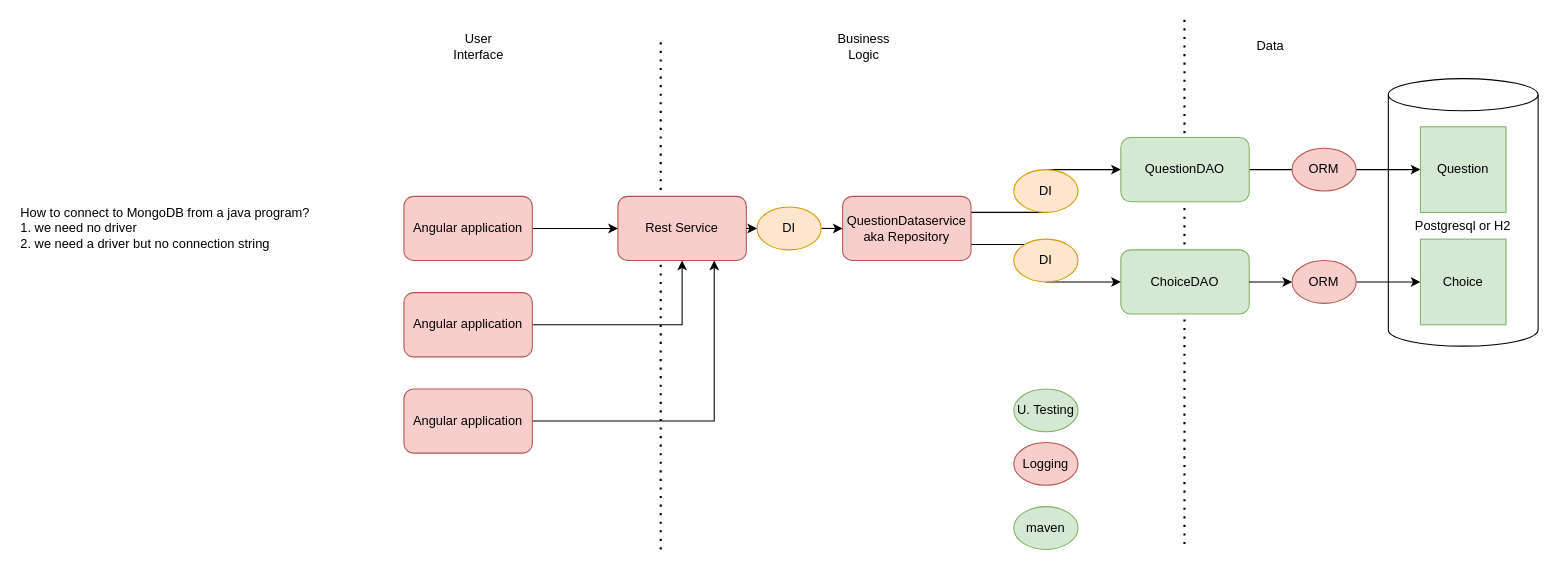
thomasbroussard/2021s1-adv-java keeps this draw.io diagram as page "roadmap" (1 of 3) of quiz-core-professor/repository.drawio. Above is the earlier version. Source tidied: cells renumbered, new cells numbered last; positions are measured from the earlier drawing's top-left corner, leaving out a move shared by most shapes. Both pictures are drawn from the tidied source at 107%, with x=0, y=0 at pixel (18, 19).
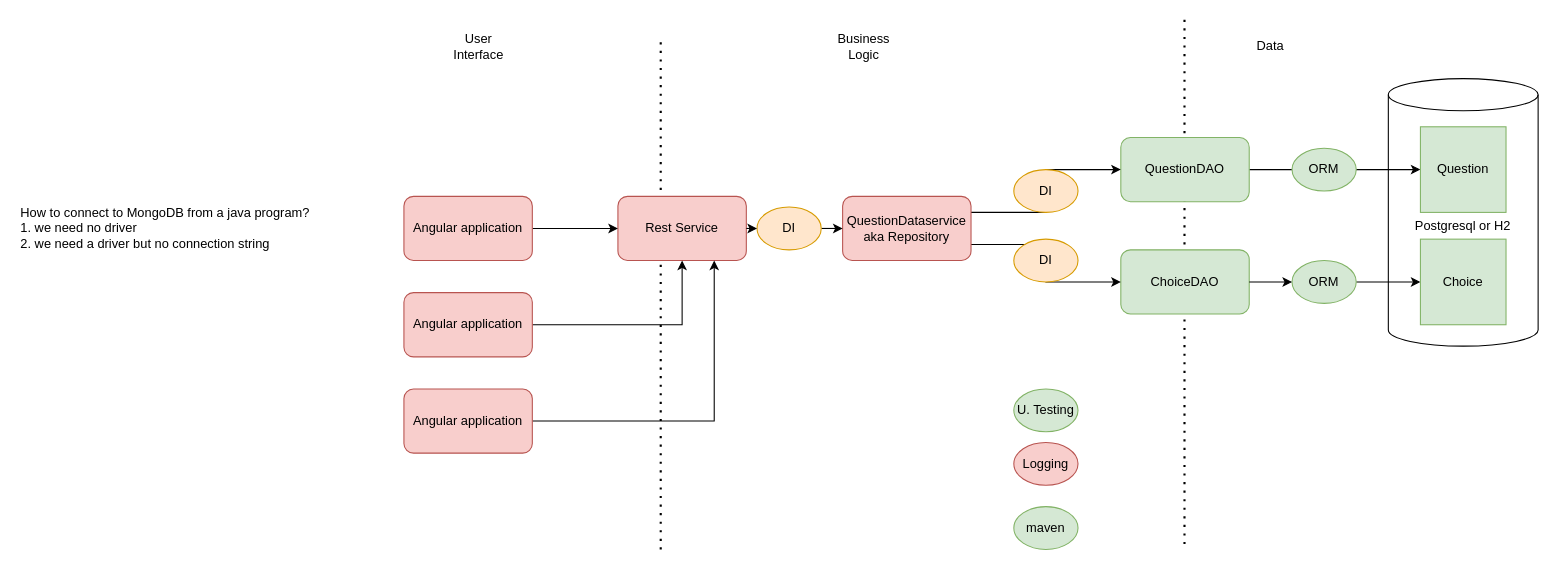
Above is the later version.

Change to the diagram source:
```diff
@@
-    <mxCell id="19" value="ORM" style="ellipse;whiteSpace=wrap;html=1;align=center;fillColor=#f8cecc;strokeColor=#b85450;" parent="1" vertex="1">
+    <mxCell id="19" value="ORM" style="ellipse;whiteSpace=wrap;html=1;align=center;fillColor=#d5e8d4;strokeColor=#82b366;" parent="1" vertex="1">
       <mxGeometry x="1190" y="120" width="60" height="40" as="geometry" />
     </mxCell>
-    <mxCell id="20" value="ORM" style="ellipse;whiteSpace=wrap;html=1;align=center;fillColor=#f8cecc;strokeColor=#b85450;" parent="1" vertex="1">
+    <mxCell id="20" value="ORM" style="ellipse;whiteSpace=wrap;html=1;align=center;fillColor=#d5e8d4;strokeColor=#82b366;" parent="1" vertex="1">
       <mxGeometry x="1190" y="225" width="60" height="40" as="geometry" />
     </mxCell>
```
